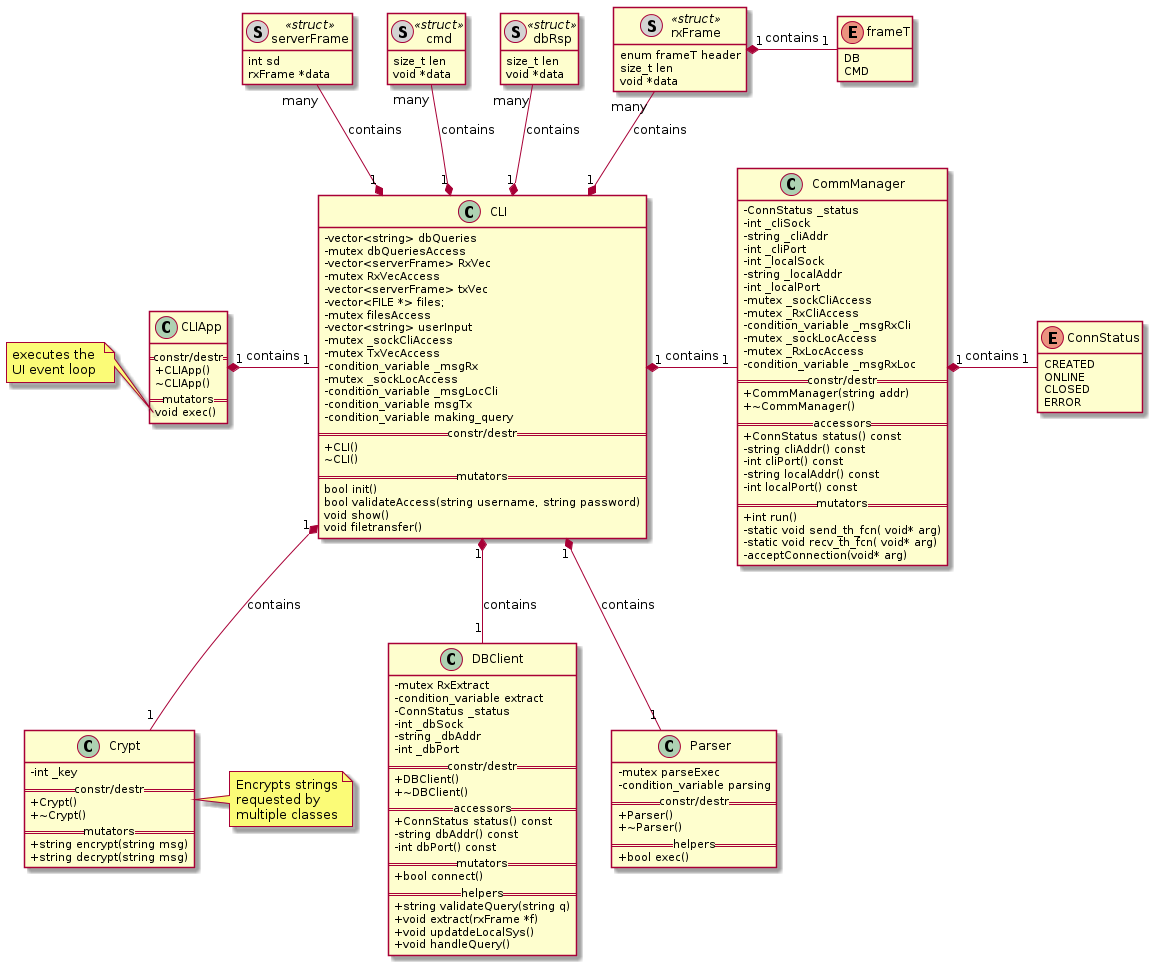
Before: Proj/report/img/class-diag-rs-hugo.png, a diagram exported from PlantUML (ElectroQuanta/MDO). The source it was exported from:
```plantuml
@startuml
skinparam classAttributeIconSize 0
hide <<struct>> methods
hide enum methods
class rxFrame <<(S,lightgrey)struct>>{
enum frameT header
size_t len
void *data
}
class dbRsp <<(S,lightgrey)struct>>{
size_t len
void *data
}
class cmd <<(S,lightgrey)struct>>{
size_t len
void *data
}
class serverFrame <<(S,lightgrey)struct>>{
int sd
rxFrame *data
}

enum ConnStatus{
CREATED
ONLINE
CLOSED
ERROR
}

enum frameT{
DB
CMD
}


class CLIApp{
    == constr/destr ==
    +CLIApp()
    ~CLIApp()
    == mutators ==
    void exec()
}
    note left of CLIApp::exec
    executes the
    UI event loop
    end note
class CLI{
  - vector<string> dbQueries
  - mutex dbQueriesAccess
  - vector<serverFrame> RxVec
  - mutex RxVecAccess
  - vector<serverFrame> txVec
  - vector<FILE *> files;
  - mutex filesAccess
  - vector<string> userInput
  - mutex _sockCliAccess
  - mutex TxVecAccess
  - condition_variable _msgRx
  - mutex _sockLocAccess
  - condition_variable _msgLocCli
  - condition_variable msgTx
  - condition_variable making_query
  == constr/destr ==
  +CLI()
  ~CLI()
  == mutators ==
  bool init()
  bool validateAccess(string username, string password)
  void show()
  void filetransfer()
}


class Crypt{
  -int _key
  == constr/destr ==
  +Crypt()
  +~Crypt()
  == mutators ==
  + string encrypt(string msg)
  + string decrypt(string msg)
}
note right of Crypt
Encrypts strings
requested by
multiple classes
end note
class CommManager{
  -ConnStatus _status
  -int _cliSock
  -string _cliAddr
  -int _cliPort
  -int _localSock
  -string _localAddr
  -int _localPort
  -mutex _sockCliAccess
  -mutex _RxCliAccess
  -condition_variable _msgRxCli
  -mutex _sockLocAccess
  -mutex _RxLocAccess
  -condition_variable _msgRxLoc
  == constr/destr ==
  +CommManager(string addr)
  +~CommManager()
  == accessors ==
  + ConnStatus status() const
  - string cliAddr() const
  - int cliPort() const
  - string localAddr() const
  - int localPort() const
  == mutators ==
  + int run()
  - static void send_th_fcn( void* arg)
  - static void recv_th_fcn( void* arg)
  - acceptConnection(void* arg)
}
class DBClient{
  -mutex RxExtract
  -condition_variable extract
  -ConnStatus _status
  -int _dbSock
  -string _dbAddr
  -int _dbPort
  == constr/destr ==
  +DBClient()
  +~DBClient()
  == accessors ==
  + ConnStatus status() const
  - string dbAddr() const
  - int dbPort() const
  == mutators ==
  + bool connect()
  == helpers ==
  + string validateQuery(string q)
  + void extract(rxFrame *f)
  + void updatdeLocalSys()
  + void handleQuery()
}
class Parser{
  -mutex parseExec
  -condition_variable parsing
  == constr/destr ==
  +Parser()
  +~Parser()
  == helpers ==
  + bool exec()
}






CLIApp "1" *- "1" CLI: contains
CLI "1" *- "1" CommManager: contains
CLI "1" *-- "1" DBClient: contains
CommManager "1" *- "1" ConnStatus: contains
CLI "1" *-- "1" Crypt: contains
CLI "1" *-- "1" Parser: contains
rxFrame "1" *- "1" frameT: contains
CLI "1" *-u- "many" rxFrame: contains
CLI "1" *-u- "many" dbRsp: contains
CLI "1" *-u- "many" cmd: contains
CLI "1" *-u- "many" serverFrame: contains


@enduml
```
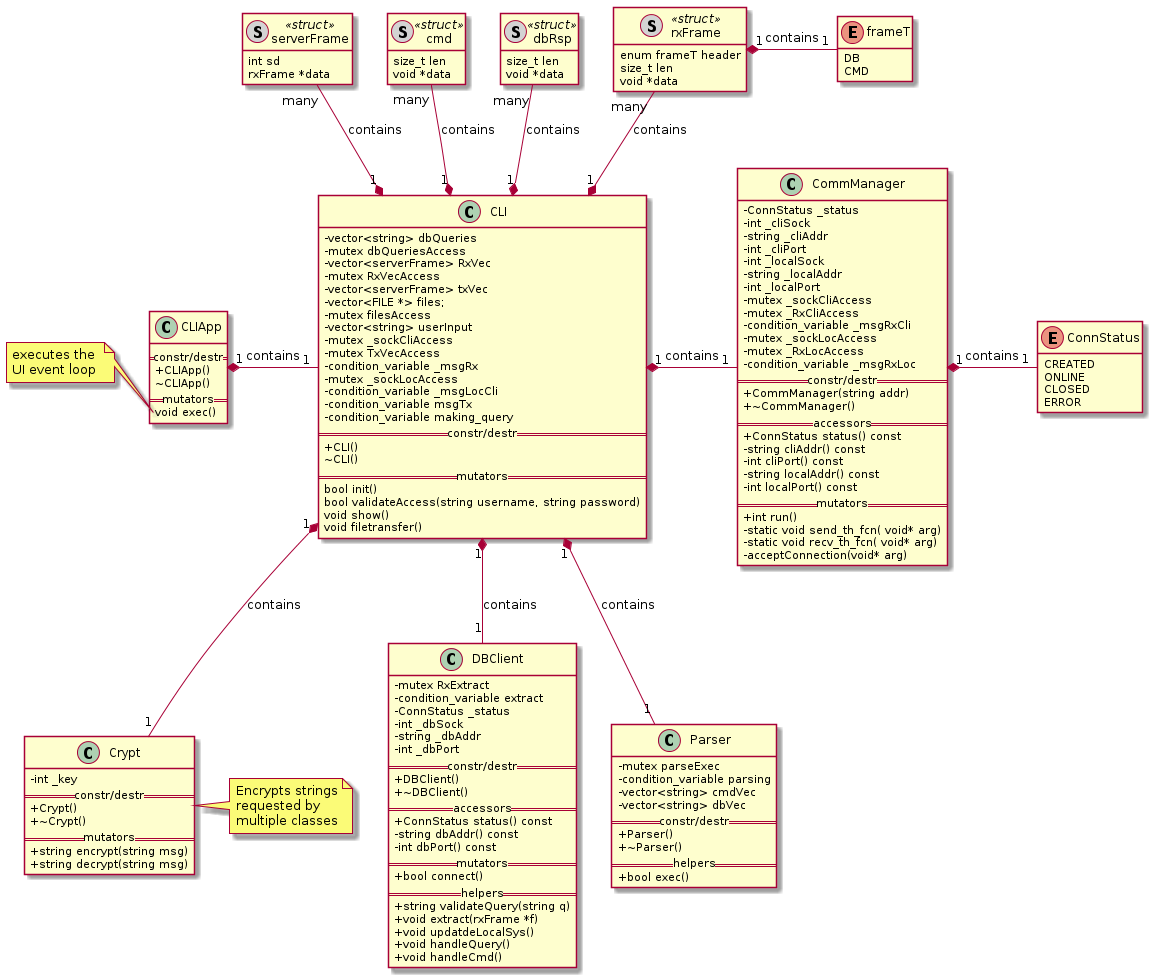
After the change.

Diff of the diagram source:
```diff
@@ -135,10 +135,13 @@
   + void extract(rxFrame *f)
   + void updatdeLocalSys()
   + void handleQuery()
+  + void handleCmd()
 }
 class Parser{
   -mutex parseExec
   -condition_variable parsing
+  - vector<string> cmdVec
+  - vector<string> dbVec
   == constr/destr ==
   +Parser()
   +~Parser()
```
